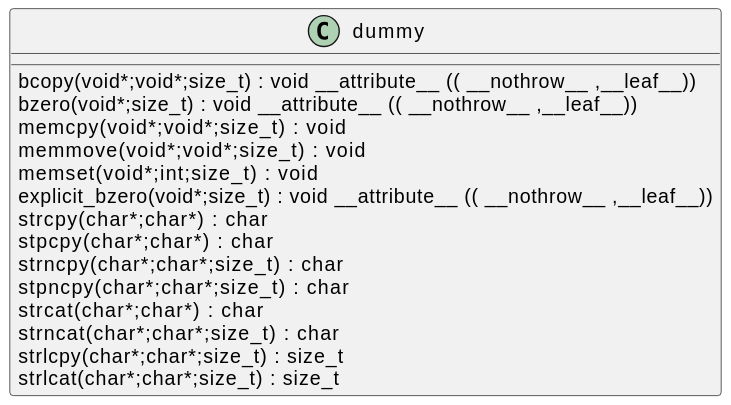
qualitesys/openssl keeps this PlantUML diagram as docs/qc/ssl/statem/statem_dtls.c.svg. Above is the earlier version. The source it was exported from:
```plantuml
@startuml
!pragma layout smetana
class dummy {
bcopy(void*;void*;size_t) :  void  __attribute__ (( __nothrow__ ,__leaf__)) [[[./../../.././qc/ssl/statem/statem_dtls.c.html#376]]]
bzero(void*;size_t) :  void  __attribute__ (( __nothrow__ ,__leaf__)) [[[./../../.././qc/ssl/statem/statem_dtls.c.html#383]]]
memcpy(void*;void*;size_t) :  void  [[[./../../.././qc/ssl/statem/statem_dtls.c.html#437]]]
memmove(void*;void*;size_t) :  void  [[[./../../.././qc/ssl/statem/statem_dtls.c.html#445]]]
memset(void*;int;size_t) :  void  [[[./../../.././qc/ssl/statem/statem_dtls.c.html#452]]]
explicit_bzero(void*;size_t) :  void  __attribute__ (( __nothrow__ ,__leaf__)) [[[./../../.././qc/ssl/statem/statem_dtls.c.html#465]]]
strcpy(char*;char*) :  char  [[[./../../.././qc/ssl/statem/statem_dtls.c.html#472]]]
stpcpy(char*;char*) :  char  [[[./../../.././qc/ssl/statem/statem_dtls.c.html#479]]]
strncpy(char*;char*;size_t) :  char  [[[./../../.././qc/ssl/statem/statem_dtls.c.html#487]]]
stpncpy(char*;char*;size_t) :  char  [[[./../../.././qc/ssl/statem/statem_dtls.c.html#497]]]
strcat(char*;char*) :  char  [[[./../../.././qc/ssl/statem/statem_dtls.c.html#504]]]
strncat(char*;char*;size_t) :  char  [[[./../../.././qc/ssl/statem/statem_dtls.c.html#511]]]
strlcpy(char*;char*;size_t) : size_t [[[./../../.././qc/ssl/statem/statem_dtls.c.html#526]]]
strlcat(char*;char*;size_t) : size_t [[[./../../.././qc/ssl/statem/statem_dtls.c.html#543]]]
}
@enduml
```
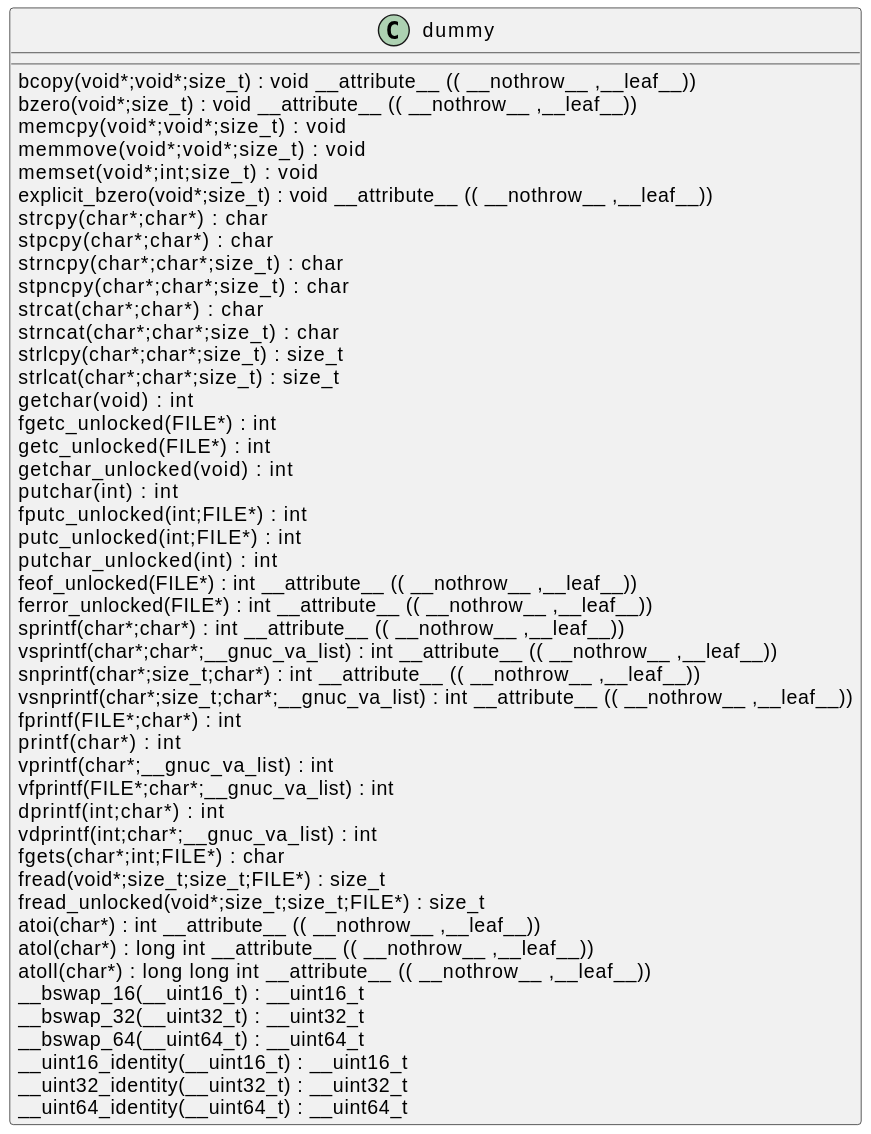
The same file after the commit.

Change to the diagram source:
```diff
@@ -15,5 +15,37 @@
 strncat(char*;char*;size_t) :  char  [[[./../../.././qc/ssl/statem/statem_dtls.c.html#511]]]
 strlcpy(char*;char*;size_t) : size_t [[[./../../.././qc/ssl/statem/statem_dtls.c.html#526]]]
 strlcat(char*;char*;size_t) : size_t [[[./../../.././qc/ssl/statem/statem_dtls.c.html#543]]]
+getchar(void) :  int  [[[./../../.././qc/ssl/statem/statem_dtls.c.html#1425]]]
+fgetc_unlocked(FILE*) :  int  [[[./../../.././qc/ssl/statem/statem_dtls.c.html#1434]]]
+getc_unlocked(FILE*) :  int  [[[./../../.././qc/ssl/statem/statem_dtls.c.html#1444]]]
+getchar_unlocked(void) :  int  [[[./../../.././qc/ssl/statem/statem_dtls.c.html#1451]]]
+putchar(int) :  int  [[[./../../.././qc/ssl/statem/statem_dtls.c.html#1460]]]
+fputc_unlocked(int;FILE*) :  int  [[[./../../.././qc/ssl/statem/statem_dtls.c.html#1469]]]
+putc_unlocked(int;FILE*) :  int  [[[./../../.././qc/ssl/statem/statem_dtls.c.html#1479]]]
+putchar_unlocked(int) :  int  [[[./../../.././qc/ssl/statem/statem_dtls.c.html#1486]]]
+feof_unlocked(FILE*) :  int  __attribute__ (( __nothrow__ ,__leaf__)) [[[./../../.././qc/ssl/statem/statem_dtls.c.html#1492]]]
+ferror_unlocked(FILE*) :  int  __attribute__ (( __nothrow__ ,__leaf__)) [[[./../../.././qc/ssl/statem/statem_dtls.c.html#1499]]]
+sprintf(char*;char*) :  int  __attribute__ (( __nothrow__ ,__leaf__)) [[[./../../.././qc/ssl/statem/statem_dtls.c.html#1510]]]
+vsprintf(char*;char*;__gnuc_va_list) :  int  __attribute__ (( __nothrow__ ,__leaf__)) [[[./../../.././qc/ssl/statem/statem_dtls.c.html#1523]]]
+snprintf(char*;size_t;char*) :  int  __attribute__ (( __nothrow__ ,__leaf__)) [[[./../../.././qc/ssl/statem/statem_dtls.c.html#1533]]]
+vsnprintf(char*;size_t;char*;__gnuc_va_list) :  int  __attribute__ (( __nothrow__ ,__leaf__)) [[[./../../.././qc/ssl/statem/statem_dtls.c.html#1547]]]
+fprintf(FILE*;char*) :  int  [[[./../../.././qc/ssl/statem/statem_dtls.c.html#1559]]]
+printf(char*) :  int  [[[./../../.././qc/ssl/statem/statem_dtls.c.html#1566]]]
+vprintf(char*;__gnuc_va_list) :  int  [[[./../../.././qc/ssl/statem/statem_dtls.c.html#1578]]]
+vfprintf(FILE*;char*;__gnuc_va_list) :  int  [[[./../../.././qc/ssl/statem/statem_dtls.c.html#1588]]]
+dprintf(int;char*) :  int  [[[./../../.././qc/ssl/statem/statem_dtls.c.html#1597]]]
+vdprintf(int;char*;__gnuc_va_list) :  int  [[[./../../.././qc/ssl/statem/statem_dtls.c.html#1608]]]
+fgets(char*;int;FILE*) :  char  [[[./../../.././qc/ssl/statem/statem_dtls.c.html#1614]]]
+fread(void*;size_t;size_t;FILE*) : size_t [[[./../../.././qc/ssl/statem/statem_dtls.c.html#1626]]]
+fread_unlocked(void*;size_t;size_t;FILE*) : size_t [[[./../../.././qc/ssl/statem/statem_dtls.c.html#1638]]]
+atoi(char*) :  int  __attribute__ (( __nothrow__ ,__leaf__)) [[[./../../.././qc/ssl/statem/statem_dtls.c.html#1960]]]
+atol(char*) :  long  int  __attribute__ (( __nothrow__ ,__leaf__)) [[[./../../.././qc/ssl/statem/statem_dtls.c.html#1965]]]
+atoll(char*) :  long  long  int  __attribute__ (( __nothrow__ ,__leaf__)) [[[./../../.././qc/ssl/statem/statem_dtls.c.html#1972]]]
+__bswap_16(__uint16_t) : __uint16_t [[[./../../.././qc/ssl/statem/statem_dtls.c.html#2119]]]
+__bswap_32(__uint32_t) : __uint32_t [[[./../../.././qc/ssl/statem/statem_dtls.c.html#2134]]]
+__bswap_64(__uint64_t) : __uint64_t [[[./../../.././qc/ssl/statem/statem_dtls.c.html#2144]]]
+__uint16_identity(__uint16_t) : __uint16_t [[[./../../.././qc/ssl/statem/statem_dtls.c.html#2156]]]
+__uint32_identity(__uint32_t) : __uint32_t [[[./../../.././qc/ssl/statem/statem_dtls.c.html#2162]]]
+__uint64_identity(__uint64_t) : __uint64_t [[[./../../.././qc/ssl/statem/statem_dtls.c.html#2168]]]
 }
 @enduml
```
